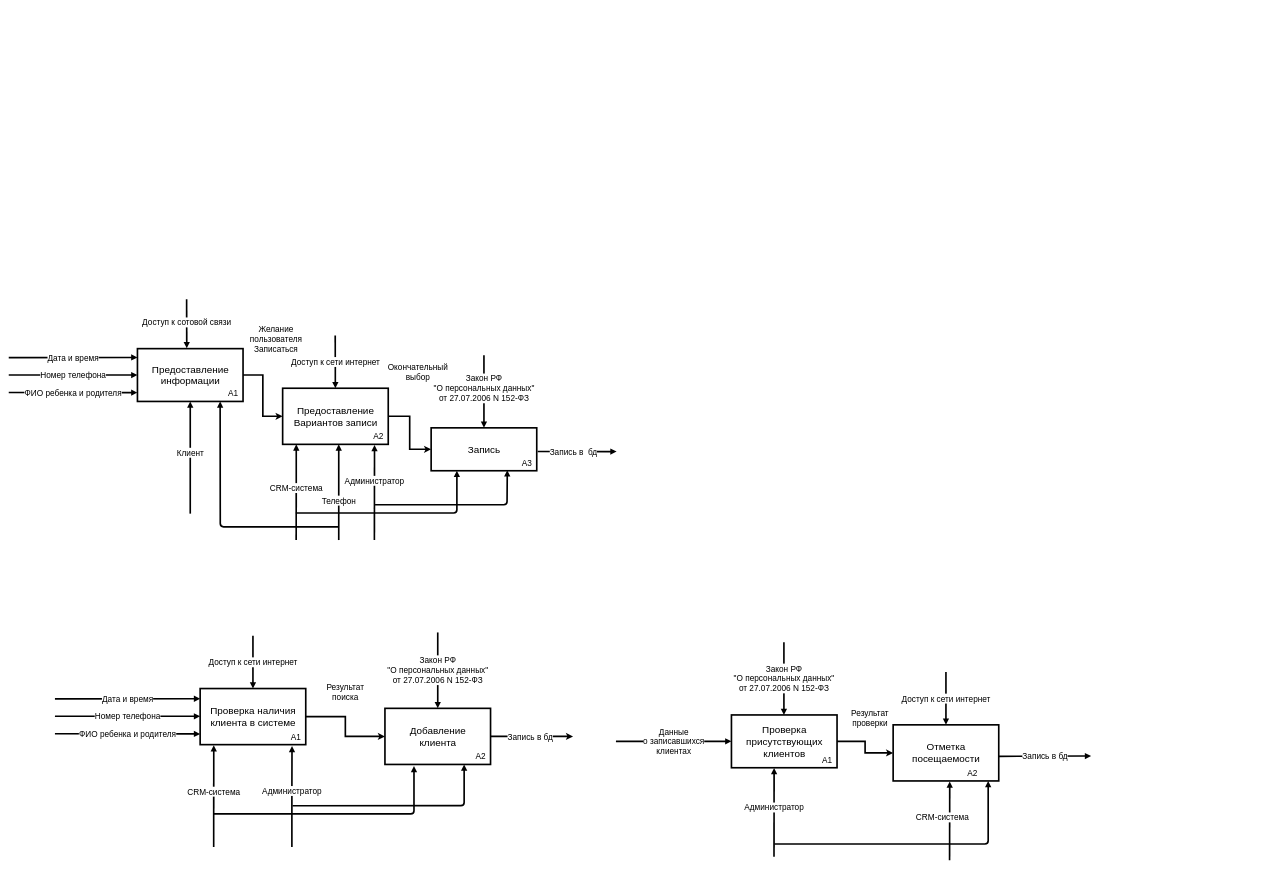
kirillgladkih/diplom keeps this draw.io diagram as TO_BE2.drawio. Above is the earlier version. Source tidied: cells renumbered, new cells numbered last; positions are measured from the earlier drawing's top-left corner, leaving out a move shared by most shapes. Both pictures are drawn from the tidied source at 33%, with x=0, y=0 at pixel (9, 299).
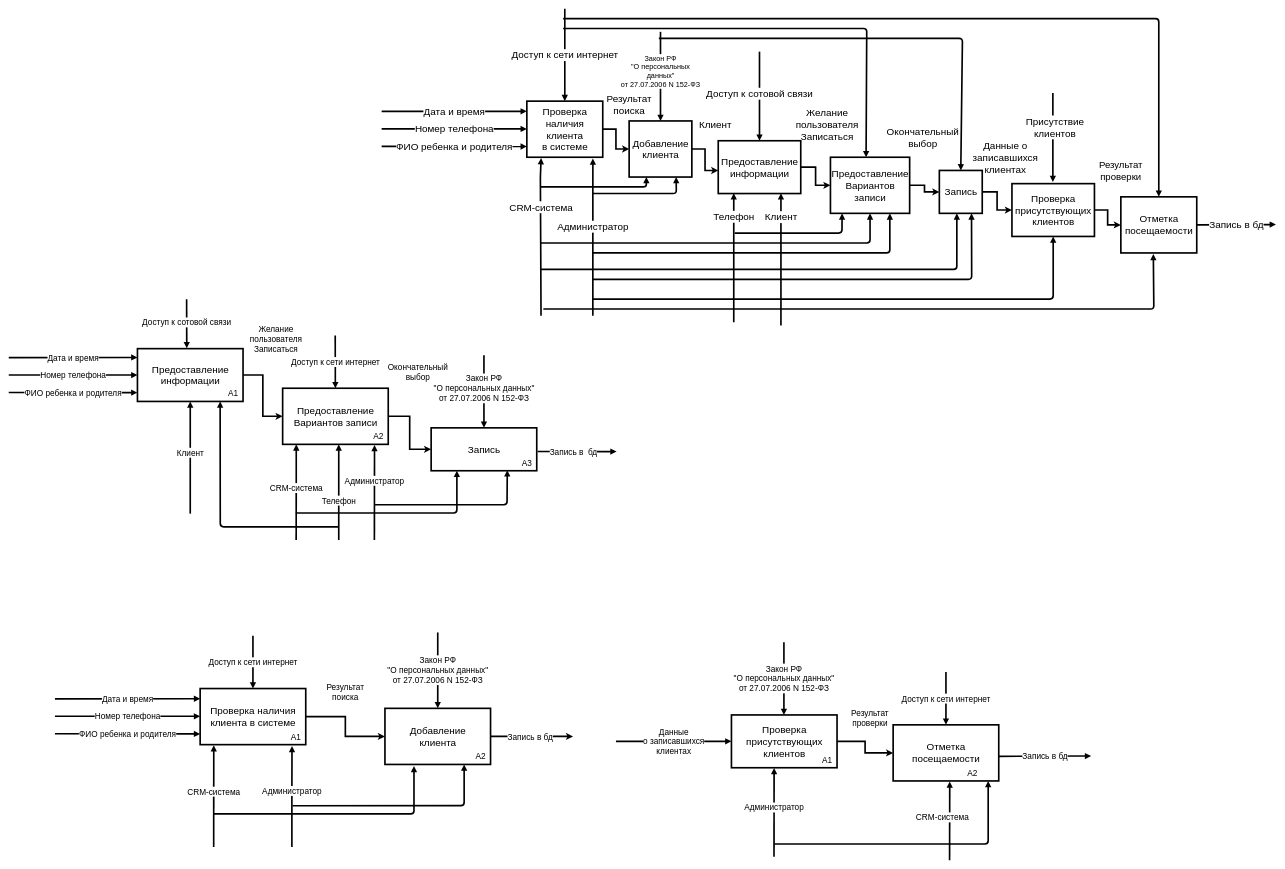
The same diagram, later.

Change to the diagram source:
```diff
@@
+    <mxCell id="57" style="edgeStyle=orthogonalEdgeStyle;rounded=0;orthogonalLoop=1;jettySize=auto;html=1;exitX=0.5;exitY=1;exitDx=0;exitDy=0;targetPerimeterSpacing=0;strokeWidth=5;fontSize=30;" parent="1" edge="1">
+      <mxGeometry relative="1" as="geometry">
+        <mxPoint x="3026" y="-140" as="sourcePoint" />
+        <mxPoint x="3026" y="-140" as="targetPoint" />
+      </mxGeometry>
+    </mxCell>
+    <mxCell id="58" value="&lt;font style=&quot;font-size: 30px;&quot;&gt;&lt;font style=&quot;font-size: 30px;&quot;&gt;Дата и время&lt;/font&gt;&lt;br style=&quot;font-size: 30px;&quot;&gt;&lt;/font&gt;" style="endArrow=block;endFill=1;endSize=6;html=1;strokeWidth=5;entryX=0;entryY=0.167;entryDx=0;entryDy=0;entryPerimeter=0;fontSize=30;" parent="1" edge="1">
+      <mxGeometry relative="1" as="geometry">
+        <mxPoint x="1130" y="-568.9" as="sourcePoint" />
+        <mxPoint x="1570" y="-569.1" as="targetPoint" />
+      </mxGeometry>
+    </mxCell>
+    <mxCell id="59" value="&lt;font style=&quot;font-size: 30px;&quot;&gt;&lt;font style=&quot;font-size: 30px;&quot;&gt;Номер телефона&lt;/font&gt;&lt;br style=&quot;font-size: 30px;&quot;&gt;&lt;/font&gt;" style="endArrow=block;endFill=1;endSize=6;html=1;strokeWidth=5;entryX=0;entryY=0.5;entryDx=0;entryDy=0;fontSize=30;" parent="1" edge="1">
+      <mxGeometry relative="1" as="geometry">
+        <mxPoint x="1130" y="-515.9" as="sourcePoint" />
+        <mxPoint x="1570" y="-515.9" as="targetPoint" />
+      </mxGeometry>
+    </mxCell>
+    <mxCell id="60" value="&lt;font style=&quot;font-size: 30px;&quot;&gt;&lt;font style=&quot;font-size: 30px;&quot;&gt;ФИО ребенка и родителя&lt;/font&gt;&lt;br style=&quot;font-size: 30px;&quot;&gt;&lt;/font&gt;" style="endArrow=block;endFill=1;endSize=6;html=1;strokeWidth=5;entryX=0;entryY=0.833;entryDx=0;entryDy=0;entryPerimeter=0;fontSize=30;" parent="1" edge="1">
+      <mxGeometry relative="1" as="geometry">
+        <mxPoint x="1130" y="-462.9" as="sourcePoint" />
+        <mxPoint x="1570" y="-462.6" as="targetPoint" />
+      </mxGeometry>
+    </mxCell>
+    <mxCell id="61" style="edgeStyle=orthogonalEdgeStyle;rounded=0;jettySize=auto;html=1;entryX=0;entryY=0.5;entryDx=0;entryDy=0;strokeWidth=5;fontSize=30;" parent="1" edge="1" source="62" target="65">
+      <mxGeometry relative="1" as="geometry" />
+    </mxCell>
+    <mxCell id="62" value="&lt;div style=&quot;font-size: 30px;&quot;&gt;&lt;font style=&quot;font-size: 30px;&quot;&gt;Проверка &lt;br style=&quot;font-size: 30px;&quot;&gt;&lt;/font&gt;&lt;/div&gt;&lt;div style=&quot;font-size: 30px;&quot;&gt;&lt;font style=&quot;font-size: 30px;&quot;&gt;наличия&lt;/font&gt;&lt;/div&gt;&lt;div style=&quot;font-size: 30px;&quot;&gt;&lt;font style=&quot;font-size: 30px;&quot;&gt;клиента &lt;br style=&quot;font-size: 30px;&quot;&gt;&lt;/font&gt;&lt;/div&gt;&lt;div style=&quot;font-size: 30px;&quot;&gt;&lt;font style=&quot;font-size: 30px;&quot;&gt;в системе&lt;br style=&quot;font-size: 30px;&quot;&gt;&lt;/font&gt;&lt;/div&gt;" style="html=1;strokeWidth=5;fontSize=30;" parent="1" vertex="1">
+      <mxGeometry x="1570" y="-600" width="230" height="170" as="geometry" />
+    </mxCell>
+    <mxCell id="63" style="edgeStyle=orthogonalEdgeStyle;rounded=0;jettySize=auto;html=1;strokeWidth=5;entryX=0;entryY=0.563;entryDx=0;entryDy=0;entryPerimeter=0;fontSize=30;" parent="1" edge="1" source="65" target="73">
+      <mxGeometry relative="1" as="geometry" />
+    </mxCell>
+    <mxCell id="64" value="&lt;font style=&quot;font-size: 30px;&quot;&gt;Клиент&lt;br style=&quot;font-size: 30px;&quot;&gt;&lt;/font&gt;" style="edgeLabel;html=1;align=center;verticalAlign=middle;fontSize=30;" parent="63" vertex="1">
+      <mxGeometry x="-0.27" y="5" relative="1" as="geometry">
+        <mxPoint x="25" y="-87.9" as="offset" />
+      </mxGeometry>
+    </mxCell>
+    <mxCell id="65" value="&lt;div style=&quot;font-size: 30px;&quot;&gt;&lt;font style=&quot;font-size: 30px;&quot;&gt;Добавление &lt;br style=&quot;font-size: 30px;&quot;&gt;&lt;/font&gt;&lt;/div&gt;&lt;div style=&quot;font-size: 30px;&quot;&gt;&lt;font style=&quot;font-size: 30px;&quot;&gt;клиента&lt;br style=&quot;font-size: 30px;&quot;&gt;&lt;/font&gt;&lt;/div&gt;" style="html=1;strokeWidth=5;fontSize=30;" parent="1" vertex="1">
+      <mxGeometry x="1880" y="-540" width="190" height="170" as="geometry" />
+    </mxCell>
+    <mxCell id="66" value="&lt;font style=&quot;font-size: 30px;&quot;&gt;CRM-система&lt;br style=&quot;font-size: 30px;&quot;&gt;&lt;/font&gt;" style="endArrow=block;endFill=1;endSize=6;html=1;strokeWidth=5;entryX=0.188;entryY=1.014;entryDx=0;entryDy=0;entryPerimeter=0;fontSize=30;" parent="1" edge="1" target="62">
+      <mxGeometry x="0.7" y="-80" relative="1" as="geometry">
+        <mxPoint x="1613" y="50" as="sourcePoint" />
+        <Array as="points">
+          <mxPoint x="1611" y="-370" />
+        </Array>
+        <mxPoint x="-78" y="77" as="offset" />
+      </mxGeometry>
+    </mxCell>
+    <mxCell id="67" value="&lt;span style=&quot;font-size: 30px;&quot;&gt;Администратор&lt;br style=&quot;font-size: 30px;&quot;&gt;&lt;/span&gt;" style="endArrow=block;endFill=1;endSize=6;html=1;strokeWidth=5;entryX=0.87;entryY=1.023;entryDx=0;entryDy=0;entryPerimeter=0;fontSize=30;" parent="1" edge="1" target="62">
+      <mxGeometry x="0.43" y="-70" relative="1" as="geometry">
+        <mxPoint x="1770" y="50" as="sourcePoint" />
+        <Array as="points">
+          <mxPoint x="1770" y="-290" />
+        </Array>
+        <mxPoint x="-70" y="70" as="offset" />
+      </mxGeometry>
+    </mxCell>
+    <mxCell id="68" style="endArrow=block;endFill=1;endSize=6;html=1;strokeWidth=5;entryX=0.275;entryY=1;entryDx=0;entryDy=0;entryPerimeter=0;fontSize=30;" parent="1" edge="1" target="65">
+      <mxGeometry x="0.09" relative="1" as="geometry">
+        <mxPoint x="1610" y="-340" as="sourcePoint" />
+        <Array as="points">
+          <mxPoint x="1932" y="-340" />
+        </Array>
+      </mxGeometry>
+    </mxCell>
+    <mxCell id="69" style="endArrow=block;endFill=1;endSize=6;html=1;strokeWidth=5;entryX=0.75;entryY=1;entryDx=0;entryDy=0;fontSize=30;" parent="1" edge="1" target="65">
+      <mxGeometry x="0.09" relative="1" as="geometry">
+        <mxPoint x="1770" y="-320" as="sourcePoint" />
+        <Array as="points">
+          <mxPoint x="2023" y="-320" />
+        </Array>
+      </mxGeometry>
+    </mxCell>
+    <mxCell id="70" value="&lt;font style=&quot;font-size: 22px&quot;&gt;&lt;div&gt;Закон РФ&lt;/div&gt;&lt;div&gt;&quot;О персональных &lt;br&gt;&lt;/div&gt;&lt;div&gt;данных&quot;&lt;/div&gt;&lt;div&gt;от 27.07.2006 N 152-ФЗ&lt;/div&gt;&lt;/font&gt;" style="endArrow=block;endFill=1;endSize=6;html=1;strokeWidth=5;entryX=0.5;entryY=0;entryDx=0;entryDy=0;fontSize=30;" parent="1" edge="1" target="65">
+      <mxGeometry x="-0.11" relative="1" as="geometry">
+        <mxPoint x="1975" y="-810" as="sourcePoint" />
+      </mxGeometry>
+    </mxCell>
+    <mxCell id="71" value="&lt;font style=&quot;font-size: 30px;&quot;&gt;&lt;font style=&quot;font-size: 30px;&quot;&gt;Доступ к сети интернет&lt;br style=&quot;font-size: 30px;&quot;&gt;&lt;/font&gt;&lt;/font&gt;" style="endArrow=block;endFill=1;endSize=6;html=1;strokeWidth=5;entryX=0.5;entryY=0;entryDx=0;entryDy=0;fontSize=30;" parent="1" edge="1" target="62">
+      <mxGeometry relative="1" as="geometry">
+        <mxPoint x="1685" y="-880" as="sourcePoint" />
+      </mxGeometry>
+    </mxCell>
+    <mxCell id="72" style="edgeStyle=orthogonalEdgeStyle;rounded=0;jettySize=auto;html=1;strokeWidth=5;fontSize=30;" parent="1" edge="1" source="73" target="75">
+      <mxGeometry relative="1" as="geometry" />
+    </mxCell>
+    <mxCell id="73" value="&lt;font style=&quot;font-size: 30px;&quot;&gt;Предоставление&lt;br style=&quot;font-size: 30px;&quot;&gt;информации&lt;br style=&quot;font-size: 30px;&quot;&gt;&lt;/font&gt;" style="html=1;strokeWidth=5;fontSize=30;" parent="1" vertex="1">
+      <mxGeometry x="2150" y="-480" width="250" height="160" as="geometry" />
+    </mxCell>
+    <mxCell id="74" style="edgeStyle=orthogonalEdgeStyle;rounded=0;jettySize=auto;html=1;entryX=0;entryY=0.5;entryDx=0;entryDy=0;strokeWidth=5;fontSize=30;" parent="1" edge="1" source="75" target="77">
+      <mxGeometry relative="1" as="geometry" />
+    </mxCell>
+    <mxCell id="75" value="&lt;font style=&quot;font-size: 30px;&quot;&gt;Предоставление&lt;br style=&quot;font-size: 30px;&quot;&gt;&lt;/font&gt;&lt;div style=&quot;font-size: 30px;&quot;&gt;&lt;font style=&quot;font-size: 30px;&quot;&gt;Вариантов &lt;br style=&quot;font-size: 30px;&quot;&gt;&lt;/font&gt;&lt;/div&gt;&lt;div style=&quot;font-size: 30px;&quot;&gt;&lt;font style=&quot;font-size: 30px;&quot;&gt;записи&lt;/font&gt;&lt;/div&gt;" style="html=1;strokeWidth=5;fontSize=30;" parent="1" vertex="1">
+      <mxGeometry x="2490" y="-430" width="240" height="170" as="geometry" />
+    </mxCell>
+    <mxCell id="76" style="edgeStyle=orthogonalEdgeStyle;rounded=0;jettySize=auto;html=1;entryX=0;entryY=0.5;entryDx=0;entryDy=0;strokeColor=#000000;strokeWidth=5;fontSize=30;" parent="1" edge="1" source="77" target="79">
+      <mxGeometry relative="1" as="geometry" />
+    </mxCell>
+    <mxCell id="77" value="&lt;font style=&quot;font-size: 30px;&quot;&gt;Запись&lt;br style=&quot;font-size: 30px;&quot;&gt;&lt;/font&gt;" style="html=1;strokeWidth=5;fontSize=30;" parent="1" vertex="1">
+      <mxGeometry x="2820" y="-390" width="130" height="130" as="geometry" />
+    </mxCell>
+    <mxCell id="78" style="edgeStyle=orthogonalEdgeStyle;rounded=0;jettySize=auto;html=1;entryX=0;entryY=0.5;entryDx=0;entryDy=0;strokeColor=#000000;strokeWidth=5;fontSize=30;" parent="1" edge="1" source="79" target="80">
+      <mxGeometry relative="1" as="geometry" />
+    </mxCell>
+    <mxCell id="79" value="&lt;div style=&quot;font-size: 30px;&quot;&gt;&lt;font style=&quot;font-size: 30px;&quot;&gt;Проверка &lt;br style=&quot;font-size: 30px;&quot;&gt;&lt;/font&gt;&lt;/div&gt;&lt;div style=&quot;font-size: 30px;&quot;&gt;&lt;font style=&quot;font-size: 30px;&quot;&gt;присутствующих&lt;/font&gt;&lt;/div&gt;&lt;div style=&quot;font-size: 30px;&quot;&gt;&lt;font style=&quot;font-size: 30px;&quot;&gt;клиентов&lt;br style=&quot;font-size: 30px;&quot;&gt;&lt;/font&gt;&lt;/div&gt;" style="html=1;strokeWidth=5;fontSize=30;" parent="1" vertex="1">
+      <mxGeometry x="3040" y="-350" width="250" height="160" as="geometry" />
+    </mxCell>
+    <mxCell id="80" value="&lt;div style=&quot;font-size: 30px;&quot;&gt;&lt;font style=&quot;font-size: 30px;&quot;&gt;Отметка &lt;br style=&quot;font-size: 30px;&quot;&gt;&lt;/font&gt;&lt;/div&gt;&lt;div style=&quot;font-size: 30px;&quot;&gt;&lt;font style=&quot;font-size: 30px;&quot;&gt;посещаемости&lt;br style=&quot;font-size: 30px;&quot;&gt;&lt;/font&gt;&lt;/div&gt;" style="html=1;strokeWidth=5;fontSize=30;" parent="1" vertex="1">
+      <mxGeometry x="3370" y="-310" width="230" height="170" as="geometry" />
+    </mxCell>
+    <mxCell id="81" value="&lt;font style=&quot;font-size: 30px;&quot;&gt;&lt;font style=&quot;font-size: 30px;&quot;&gt;Запись в бд&lt;br style=&quot;font-size: 30px;&quot;&gt;&lt;/font&gt;&lt;/font&gt;" style="endArrow=block;endFill=1;endSize=6;html=1;strokeWidth=5;exitX=1;exitY=0.5;exitDx=0;exitDy=0;fontSize=30;" parent="1" edge="1">
+      <mxGeometry relative="1" as="geometry">
+        <mxPoint x="3600" y="-225" as="sourcePoint" />
+        <mxPoint x="3840" y="-226" as="targetPoint" />
+      </mxGeometry>
+    </mxCell>
+    <mxCell id="82" value="&lt;div style=&quot;font-size: 30px;&quot;&gt;&lt;font style=&quot;font-size: 30px;&quot;&gt;Результат поиска&lt;br style=&quot;font-size: 30px;&quot;&gt;&lt;/font&gt;&lt;/div&gt;" style="text;html=1;strokeColor=none;fillColor=none;align=center;verticalAlign=middle;whiteSpace=wrap;rounded=0;fontSize=30;" parent="1" vertex="1">
+      <mxGeometry x="1860" y="-600" width="40" height="20" as="geometry" />
+    </mxCell>
+    <mxCell id="83" value="&lt;font style=&quot;font-size: 30px;&quot;&gt;&lt;font style=&quot;font-size: 30px;&quot;&gt;Доступ к сотовой связи&lt;/font&gt;&lt;br style=&quot;font-size: 30px;&quot;&gt;&lt;/font&gt;" style="endArrow=block;endFill=1;endSize=6;html=1;strokeWidth=5;entryX=0.5;entryY=0;entryDx=0;entryDy=0;fontSize=30;" parent="1" edge="1" target="73">
+      <mxGeometry x="-0.06" relative="1" as="geometry">
+        <mxPoint x="2275" y="-750" as="sourcePoint" />
+      </mxGeometry>
+    </mxCell>
+    <mxCell id="84" value="&lt;div style=&quot;font-size: 30px;&quot;&gt;&lt;font style=&quot;font-size: 30px;&quot;&gt;Желание пользователя&lt;/font&gt;&lt;/div&gt;&lt;div style=&quot;font-size: 30px;&quot;&gt;&lt;font style=&quot;font-size: 30px;&quot;&gt;Записаться&lt;br style=&quot;font-size: 30px;&quot;&gt;&lt;/font&gt;&lt;/div&gt;" style="text;html=1;strokeColor=none;fillColor=none;align=center;verticalAlign=middle;whiteSpace=wrap;rounded=0;fontSize=30;" parent="1" vertex="1">
+      <mxGeometry x="2460" y="-540" width="40" height="20" as="geometry" />
+    </mxCell>
+    <mxCell id="85" value="&lt;font style=&quot;font-size: 30px;&quot;&gt;Телефон&lt;/font&gt;" style="endArrow=block;endFill=1;endSize=6;html=1;strokeWidth=5;entryX=0.188;entryY=0.995;entryDx=0;entryDy=0;entryPerimeter=0;fontSize=30;" parent="1" edge="1" target="73">
+      <mxGeometry x="0.64" relative="1" as="geometry">
+        <mxPoint x="2197" y="70" as="sourcePoint" />
+      </mxGeometry>
+    </mxCell>
+    <mxCell id="86" style="endArrow=block;endFill=1;endSize=6;html=1;strokeWidth=5;entryX=0.5;entryY=0;entryDx=0;entryDy=0;fontSize=30;" parent="1" edge="1" target="77">
+      <mxGeometry x="0.09" relative="1" as="geometry">
+        <mxPoint x="1970" y="-790" as="sourcePoint" />
+        <Array as="points">
+          <mxPoint x="2890" y="-790" />
+        </Array>
+      </mxGeometry>
+    </mxCell>
+    <mxCell id="87" value="&lt;font style=&quot;font-size: 30px;&quot;&gt;Клиент&lt;br style=&quot;font-size: 30px;&quot;&gt;&lt;/font&gt;" style="endArrow=block;endFill=1;endSize=6;html=1;strokeWidth=5;entryX=0.188;entryY=0.995;entryDx=0;entryDy=0;entryPerimeter=0;fontSize=30;" parent="1" edge="1">
+      <mxGeometry x="0.64" relative="1" as="geometry">
+        <mxPoint x="2340" y="80" as="sourcePoint" />
+        <mxPoint x="2340" y="-320.8" as="targetPoint" />
+      </mxGeometry>
+    </mxCell>
+    <mxCell id="88" style="endArrow=block;endFill=1;endSize=6;html=1;strokeWidth=5;entryX=0.147;entryY=1;entryDx=0;entryDy=0;entryPerimeter=0;fontSize=30;" parent="1" edge="1" target="75">
+      <mxGeometry x="0.09" relative="1" as="geometry">
+        <mxPoint x="2200" y="-200" as="sourcePoint" />
+        <Array as="points">
+          <mxPoint x="2525" y="-200" />
+        </Array>
+      </mxGeometry>
+    </mxCell>
+    <mxCell id="89" style="endArrow=block;endFill=1;endSize=6;html=1;strokeWidth=5;entryX=0.5;entryY=1;entryDx=0;entryDy=0;fontSize=30;" parent="1" edge="1" target="75">
+      <mxGeometry x="0.09" relative="1" as="geometry">
+        <mxPoint x="1610" y="-170" as="sourcePoint" />
+        <Array as="points">
+          <mxPoint x="2610" y="-170" />
+        </Array>
+      </mxGeometry>
+    </mxCell>
+    <mxCell id="90" style="endArrow=block;endFill=1;endSize=6;html=1;strokeWidth=5;entryX=0.75;entryY=1;entryDx=0;entryDy=0;fontSize=30;" parent="1" edge="1" target="75">
+      <mxGeometry x="0.09" relative="1" as="geometry">
+        <mxPoint x="1770" y="-140" as="sourcePoint" />
+        <Array as="points">
+          <mxPoint x="2670" y="-140" />
+        </Array>
+      </mxGeometry>
+    </mxCell>
+    <mxCell id="91" style="endArrow=block;endFill=1;endSize=6;html=1;strokeWidth=5;entryX=0.408;entryY=1;entryDx=0;entryDy=0;entryPerimeter=0;fontSize=30;" parent="1" edge="1" target="77">
+      <mxGeometry x="0.09" relative="1" as="geometry">
+        <mxPoint x="1610" y="-90" as="sourcePoint" />
+        <Array as="points">
+          <mxPoint x="2873" y="-90" />
+        </Array>
+      </mxGeometry>
+    </mxCell>
+    <mxCell id="92" style="endArrow=block;endFill=1;endSize=6;html=1;strokeWidth=5;entryX=0.75;entryY=1;entryDx=0;entryDy=0;fontSize=30;" parent="1" edge="1" target="77">
+      <mxGeometry x="0.09" relative="1" as="geometry">
+        <mxPoint x="1770" y="-60" as="sourcePoint" />
+        <Array as="points">
+          <mxPoint x="2918" y="-60" />
+        </Array>
+      </mxGeometry>
+    </mxCell>
+    <mxCell id="93" value="&lt;div style=&quot;font-size: 30px;&quot; align=&quot;center&quot;&gt;&lt;font style=&quot;font-size: 30px;&quot;&gt;&lt;font style=&quot;font-size: 30px;&quot;&gt;Данные о записавшихся&lt;/font&gt;&lt;/font&gt;&lt;/div&gt;&lt;div style=&quot;font-size: 30px;&quot; align=&quot;center&quot;&gt;&lt;font style=&quot;font-size: 30px;&quot;&gt;&lt;font style=&quot;font-size: 30px;&quot;&gt;клиентах&lt;br style=&quot;font-size: 30px;&quot;&gt;&lt;/font&gt;&lt;/font&gt;&lt;/div&gt;" style="text;html=1;strokeColor=none;fillColor=none;align=center;verticalAlign=middle;whiteSpace=wrap;rounded=0;fontSize=30;" parent="1" vertex="1">
+      <mxGeometry x="3000" y="-440" width="40" height="20" as="geometry" />
+    </mxCell>
+    <mxCell id="94" value="&lt;div style=&quot;font-size: 29px&quot;&gt;&lt;font style=&quot;font-size: 29px&quot;&gt;Результат проверки&lt;/font&gt;&lt;/div&gt;" style="text;html=1;strokeColor=none;fillColor=none;align=center;verticalAlign=middle;whiteSpace=wrap;rounded=0;" parent="1" vertex="1">
+      <mxGeometry x="3350" y="-400" width="40" height="20" as="geometry" />
+    </mxCell>
+    <mxCell id="95" style="endArrow=block;endFill=1;endSize=6;html=1;strokeWidth=5;fontSize=30;entryX=0.45;entryY=0;entryDx=0;entryDy=0;entryPerimeter=0;" parent="1" edge="1" target="75">
+      <mxGeometry x="0.09" relative="1" as="geometry">
+        <mxPoint x="1680" y="-820" as="sourcePoint" />
+        <Array as="points">
+          <mxPoint x="2600" y="-820" />
+        </Array>
+      </mxGeometry>
+    </mxCell>
+    <mxCell id="96" style="endArrow=block;endFill=1;endSize=6;html=1;strokeWidth=5;fontSize=30;entryX=0.5;entryY=0;entryDx=0;entryDy=0;" parent="1" edge="1" target="80">
+      <mxGeometry x="0.09" relative="1" as="geometry">
+        <mxPoint x="1680" y="-850" as="sourcePoint" />
+        <Array as="points">
+          <mxPoint x="3485" y="-850" />
+        </Array>
+      </mxGeometry>
+    </mxCell>
+    <mxCell id="97" value="&lt;div style=&quot;font-size: 30px&quot;&gt;&lt;font style=&quot;font-size: 30px&quot;&gt;Окончательный выбор&lt;br&gt;&lt;/font&gt;&lt;/div&gt;" style="text;html=1;strokeColor=none;fillColor=none;align=center;verticalAlign=middle;whiteSpace=wrap;rounded=0;fontSize=30;" parent="1" vertex="1">
+      <mxGeometry x="2750" y="-500" width="40" height="20" as="geometry" />
+    </mxCell>
+    <mxCell id="98" style="endArrow=block;endFill=1;endSize=6;html=1;strokeWidth=5;entryX=0.5;entryY=1;entryDx=0;entryDy=0;fontSize=30;" parent="1" edge="1" target="79">
+      <mxGeometry x="0.09" relative="1" as="geometry">
+        <mxPoint x="1770" as="sourcePoint" />
+        <Array as="points">
+          <mxPoint x="3165" />
+        </Array>
+      </mxGeometry>
+    </mxCell>
+    <mxCell id="99" style="endArrow=block;endFill=1;endSize=6;html=1;strokeWidth=5;entryX=0.428;entryY=1.019;entryDx=0;entryDy=0;fontSize=30;entryPerimeter=0;" parent="1" edge="1" target="80">
+      <mxGeometry x="0.09" relative="1" as="geometry">
+        <mxPoint x="1620" y="30" as="sourcePoint" />
+        <Array as="points">
+          <mxPoint x="3470" y="30" />
+        </Array>
+      </mxGeometry>
+    </mxCell>
+    <mxCell id="100" value="&lt;div&gt;&lt;font style=&quot;font-size: 30px&quot;&gt;&lt;font style=&quot;font-size: 30px&quot;&gt;Присутствие &lt;br&gt;&lt;/font&gt;&lt;/font&gt;&lt;/div&gt;&lt;div&gt;&lt;font style=&quot;font-size: 30px&quot;&gt;&lt;font style=&quot;font-size: 30px&quot;&gt;клиентов&lt;/font&gt;&lt;/font&gt;&lt;/div&gt;" style="endArrow=block;endFill=1;endSize=6;html=1;strokeWidth=5;entryX=0.5;entryY=0;entryDx=0;entryDy=0;fontSize=30;" parent="1" edge="1">
+      <mxGeometry x="-0.22" y="6" relative="1" as="geometry">
+        <mxPoint x="3164" y="-625" as="sourcePoint" />
+        <mxPoint x="3164" y="-355" as="targetPoint" />
+        <mxPoint y="-1" as="offset" />
+      </mxGeometry>
+    </mxCell>
```
